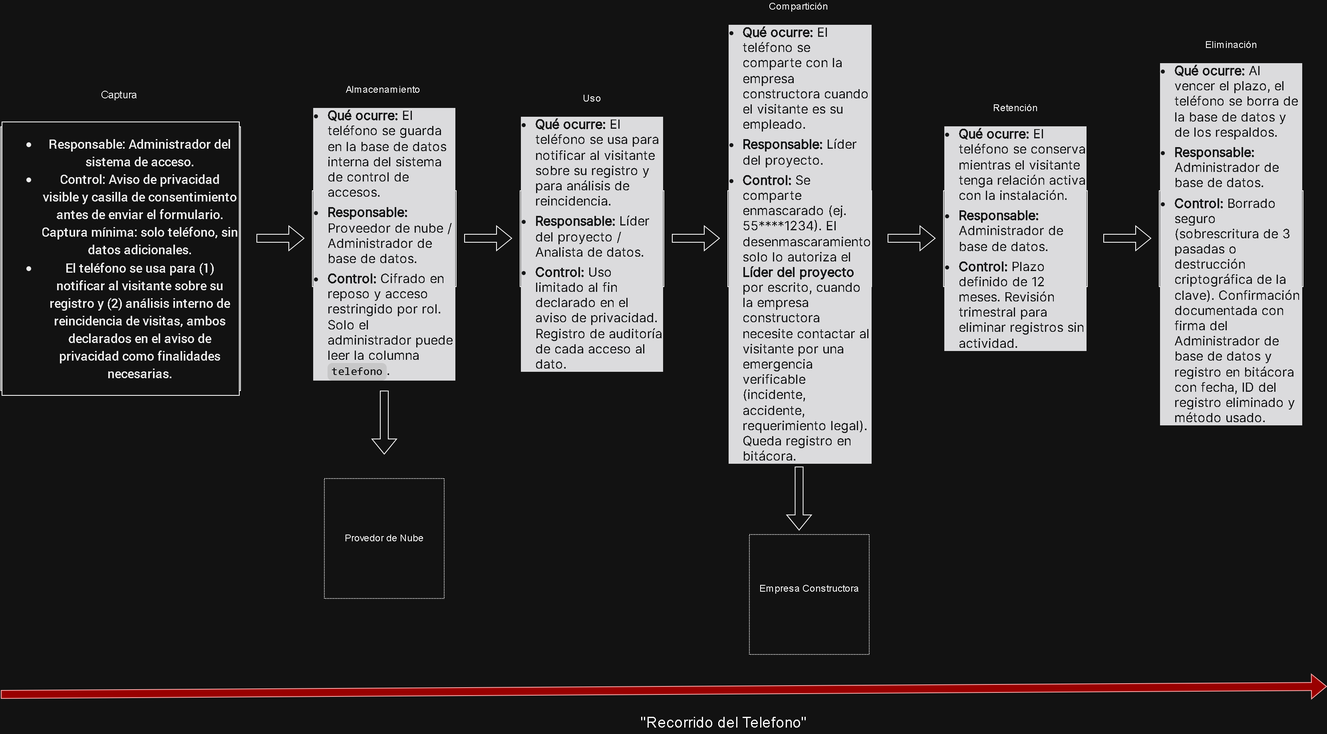
gu26ia0013-coder/IA-aplicada-2026 keeps this draw.io diagram as laboratorios/semana04/ciclo_vida_dato_proyecto.png. Above is the earlier version. Source tidied: cells renumbered, new cells last; positions are measured from the earlier drawing's top-left corner, leaving out a move shared by most shapes.
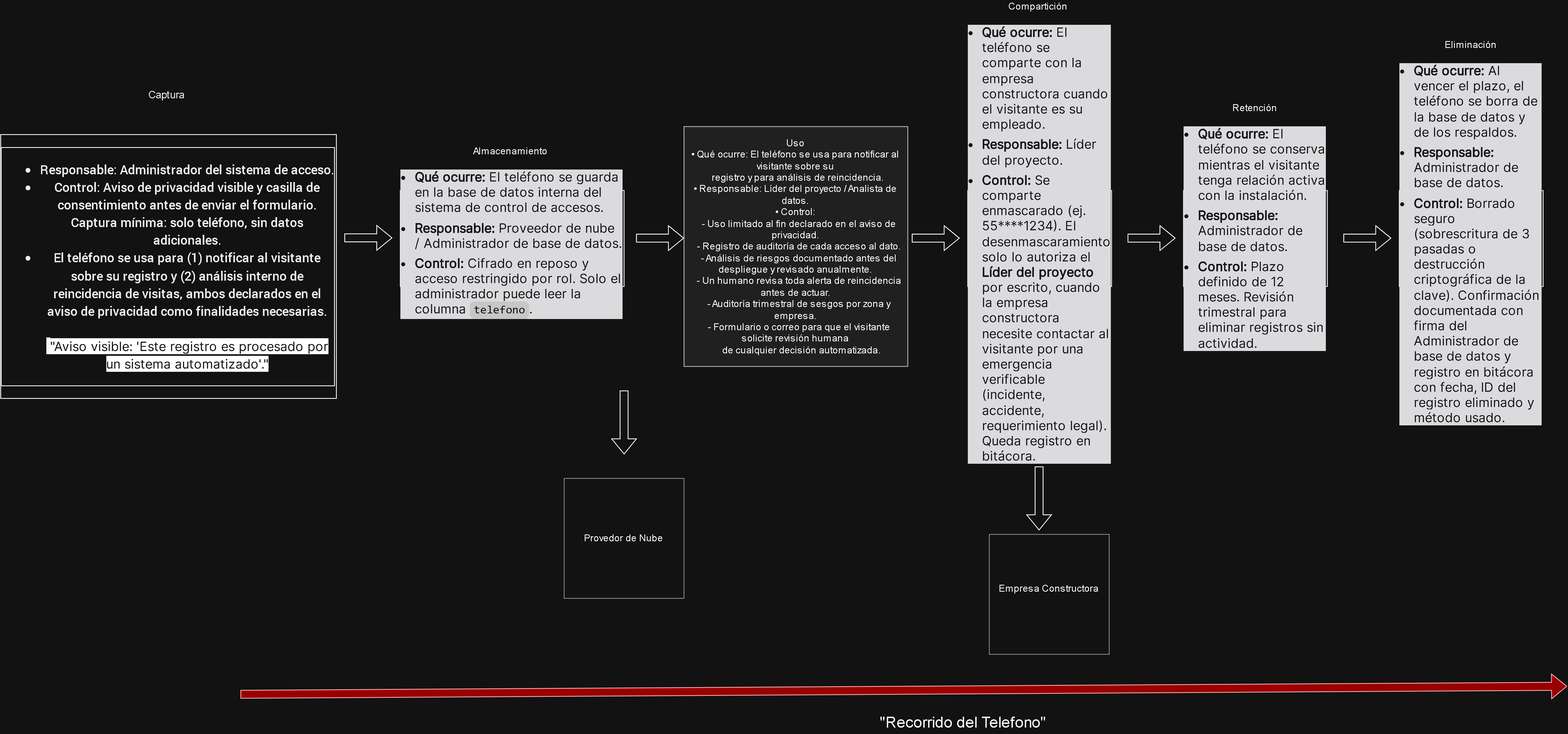
The same diagram one commit later.

What changed in the source:
```diff
@@ -4,21 +4,24 @@
     <mxCell id="1" parent="0" />
     <mxCell id="2" style="shape=flexArrow;endArrow=classic;html=1;rounded=0;" parent="1" edge="1">
       <mxGeometry relative="1" as="geometry">
-        <mxPoint x="320" y="199.5" as="sourcePoint" />
-        <mxPoint x="380" y="199.5" as="targetPoint" />
+        <mxPoint x="130" y="199.2" as="sourcePoint" />
+        <mxPoint x="190" y="199.2" as="targetPoint" />
+        <Array as="points">
+          <mxPoint x="130" y="200" />
+        </Array>
       </mxGeometry>
     </mxCell>
     <mxCell id="3" style="shape=flexArrow;endArrow=classic;html=1;rounded=0;" parent="1" edge="1">
       <mxGeometry relative="1" as="geometry">
-        <mxPoint x="580" y="199.5" as="sourcePoint" />
-        <mxPoint x="640" y="199.5" as="targetPoint" />
+        <mxPoint x="495" y="199.5" as="sourcePoint" />
+        <mxPoint x="555" y="199.5" as="targetPoint" />
       </mxGeometry>
     </mxCell>
     <mxCell id="4" value="Almacenamiento&amp;nbsp;&lt;ul style=&quot;margin: 16px 0px; padding-left: 18px; color: rgb(249, 250, 251); font-family: quote-cjk-patch, Inter, system-ui, -apple-system, BlinkMacSystemFont, &amp;quot;Segoe UI&amp;quot;, Roboto, Oxygen, Ubuntu, Cantarell, &amp;quot;Open Sans&amp;quot;, &amp;quot;Helvetica Neue&amp;quot;, sans-serif; font-size: 16px; text-align: start; background-color: rgb(21, 21, 23);&quot;&gt;&lt;li&gt;&lt;p class=&quot;ds-markdown-paragraph&quot; style=&quot;margin-top: 0px !important; margin-right: 0px; margin-bottom: 0px; margin-left: 0px;&quot;&gt;&lt;span style=&quot;font-weight: 600;&quot;&gt;Qué ocurre:&lt;/span&gt;&lt;span class=&quot;&quot;&gt; El teléfono se guarda en la base de datos interna del sistema de control de accesos.&lt;/span&gt;&lt;/p&gt;&lt;/li&gt;&lt;li style=&quot;margin-top: 6px;&quot;&gt;&lt;p class=&quot;ds-markdown-paragraph&quot; style=&quot;margin-top: 0px !important; margin-right: 0px; margin-bottom: 0px; margin-left: 0px;&quot;&gt;&lt;span style=&quot;font-weight: 600;&quot;&gt;Responsable:&lt;/span&gt;&lt;span class=&quot;&quot;&gt; Proveedor de nube / Administrador de base de datos.&lt;/span&gt;&lt;/p&gt;&lt;/li&gt;&lt;li style=&quot;margin-top: 6px;&quot;&gt;&lt;p class=&quot;ds-markdown-paragraph&quot; style=&quot;margin-top: 0px !important; margin-right: 0px; margin-bottom: 0px; margin-left: 0px;&quot;&gt;&lt;span style=&quot;font-weight: 600;&quot;&gt;Control:&lt;/span&gt;&lt;span class=&quot;&quot;&gt; Cifrado en reposo y acceso restringido por rol. Solo el administrador puede leer la columna &lt;/span&gt;&lt;code style=&quot;box-sizing: border-box; font-variant: normal; font-stretch: 100%; line-height: 22px; font-optical-sizing: auto; font-size-adjust: none; font-kerning: auto; font-feature-settings: normal; font-variation-settings: normal; font-language-override: normal; font-family: Menlo, Monaco, Consolas, &amp;quot;Cascadia Mono&amp;quot;, &amp;quot;Ubuntu Mono&amp;quot;, &amp;quot;DejaVu Sans Mono&amp;quot;, &amp;quot;Liberation Mono&amp;quot;, &amp;quot;JetBrains Mono&amp;quot;, &amp;quot;Fira Code&amp;quot;, Cousine, &amp;quot;Roboto Mono&amp;quot;, &amp;quot;Courier New&amp;quot;, Courier, sans-serif, system-ui; background-color: rgb(44, 44, 46); border-radius: 6px; align-items: center; padding: 0px 5px; display: inline-flex; font-size: 0.875em !important;&quot;&gt;telefono&lt;/code&gt;&lt;span class=&quot;&quot;&gt;.&lt;/span&gt;&lt;/p&gt;&lt;/li&gt;&lt;/ul&gt;" style="rounded=0;whiteSpace=wrap;html=1;" parent="1" vertex="1">
-      <mxGeometry x="390" y="140" width="180" height="120" as="geometry" />
+      <mxGeometry x="200" y="140" width="280" height="120" as="geometry" />
     </mxCell>
-    <mxCell id="5" value="Uso&lt;div&gt;&lt;ul style=&quot;margin: 16px 0px; padding-left: 18px; color: rgb(249, 250, 251); font-family: quote-cjk-patch, Inter, system-ui, -apple-system, BlinkMacSystemFont, &amp;quot;Segoe UI&amp;quot;, Roboto, Oxygen, Ubuntu, Cantarell, &amp;quot;Open Sans&amp;quot;, &amp;quot;Helvetica Neue&amp;quot;, sans-serif; font-size: 16px; text-align: start; background-color: rgb(21, 21, 23);&quot;&gt;&lt;li&gt;&lt;p class=&quot;ds-markdown-paragraph&quot; style=&quot;margin-top: 0px !important; margin-right: 0px; margin-bottom: 0px; margin-left: 0px;&quot;&gt;&lt;span style=&quot;font-weight: 600;&quot;&gt;Qué ocurre:&lt;/span&gt;&lt;span class=&quot;&quot;&gt; El teléfono se usa para notificar al visitante sobre su registro y para análisis de reincidencia.&lt;/span&gt;&lt;/p&gt;&lt;/li&gt;&lt;li style=&quot;margin-top: 6px;&quot;&gt;&lt;p class=&quot;ds-markdown-paragraph&quot; style=&quot;margin-top: 0px !important; margin-right: 0px; margin-bottom: 0px; margin-left: 0px;&quot;&gt;&lt;span style=&quot;font-weight: 600;&quot;&gt;Responsable:&lt;/span&gt;&lt;span class=&quot;&quot;&gt; Líder del proyecto / Analista de datos.&lt;/span&gt;&lt;/p&gt;&lt;/li&gt;&lt;li style=&quot;margin-top: 6px;&quot;&gt;&lt;p class=&quot;ds-markdown-paragraph&quot; style=&quot;margin-top: 0px !important; margin-right: 0px; margin-bottom: 0px; margin-left: 0px;&quot;&gt;&lt;span style=&quot;font-weight: 600;&quot;&gt;Control:&lt;/span&gt;&lt;span class=&quot;&quot;&gt; Uso limitado al fin declarado en el aviso de privacidad. Registro de auditoría de cada acceso al dato.&lt;/span&gt;&lt;/p&gt;&lt;/li&gt;&lt;/ul&gt;&lt;/div&gt;" style="rounded=0;whiteSpace=wrap;html=1;" parent="1" vertex="1">
-      <mxGeometry x="650" y="140" width="180" height="120" as="geometry" />
+    <mxCell id="5" value="&lt;div&gt;Uso&lt;/div&gt;&lt;div&gt;• Qué ocurre: El teléfono se usa para notificar al visitante sobre su&lt;/div&gt;&lt;div&gt;&amp;nbsp; registro y para análisis de reincidencia.&lt;/div&gt;&lt;div&gt;• Responsable: Líder del proyecto / Analista de datos.&lt;/div&gt;&lt;div&gt;• Control:&lt;/div&gt;&lt;div&gt;&amp;nbsp; &amp;nbsp;- Uso limitado al fin declarado en el aviso de privacidad.&lt;/div&gt;&lt;div&gt;&amp;nbsp; &amp;nbsp;- Registro de auditoría de cada acceso al dato.&lt;/div&gt;&lt;div&gt;&amp;nbsp; &amp;nbsp;- Análisis de riesgos documentado antes del despliegue y revisado anualmente.&lt;/div&gt;&lt;div&gt;&amp;nbsp; &amp;nbsp;- Un humano revisa toda alerta de reincidencia antes de actuar.&lt;/div&gt;&lt;div&gt;&amp;nbsp; &amp;nbsp;- Auditoría trimestral de sesgos por zona y empresa.&lt;/div&gt;&lt;div&gt;&amp;nbsp; &amp;nbsp;- Formulario o correo para que el visitante solicite revisión humana&lt;/div&gt;&lt;div&gt;&amp;nbsp; &amp;nbsp; &amp;nbsp;de cualquier decisión automatizada.&lt;/div&gt;" style="rounded=0;whiteSpace=wrap;html=1;fillColor=#eeeeee;strokeColor=#36393d;" parent="1" vertex="1">
+      <mxGeometry x="555" y="60" width="280" height="300" as="geometry" />
     </mxCell>
     <mxCell id="6" style="shape=flexArrow;endArrow=classic;html=1;rounded=0;edgeStyle=orthogonalEdgeStyle;" parent="1" edge="1">
       <mxGeometry relative="1" as="geometry">
@@ -74,11 +77,11 @@
     <mxCell id="17" value="Empresa Constructora&lt;div&gt;&lt;br&gt;&lt;/div&gt;" style="whiteSpace=wrap;html=1;dashed=1;dashPattern=1 1;" parent="1" vertex="1">
       <mxGeometry x="937" y="570" width="150" height="150" as="geometry" />
     </mxCell>
-    <mxCell id="18" value="&lt;span id=&quot;docs-internal-guid-9ba7cf96-7fff-1a4a-086a-bfd6575c080b&quot;&gt;&lt;ul style=&quot;margin-top:0;margin-bottom:0;padding-inline-start:48px;&quot;&gt;&lt;li dir=&quot;ltr&quot; style=&quot;list-style-type: disc; font-size: 12pt; font-family: Roboto, sans-serif; color: rgb(0, 0, 0); font-variant: normal; vertical-align: baseline; white-space: pre;&quot; aria-level=&quot;1&quot;&gt;&lt;p dir=&quot;ltr&quot; style=&quot;line-height:1.38;margin-top:12pt;margin-bottom:0pt;&quot; role=&quot;presentation&quot;&gt;&lt;span style=&quot;font-size: 12pt; font-variant: normal; vertical-align: baseline; white-space: pre-wrap;&quot;&gt;Responsable: Administrador del sistema de acceso.&lt;/span&gt;&lt;/p&gt;&lt;/li&gt;&lt;li dir=&quot;ltr&quot; style=&quot;list-style-type: disc; font-size: 12pt; font-family: Roboto, sans-serif; color: rgb(0, 0, 0); font-variant: normal; vertical-align: baseline; white-space: pre;&quot; aria-level=&quot;1&quot;&gt;&lt;p dir=&quot;ltr&quot; style=&quot;line-height:1.38;margin-top:0pt;margin-bottom:0pt;&quot; role=&quot;presentation&quot;&gt;&lt;span style=&quot;font-size: 12pt; font-variant: normal; vertical-align: baseline; white-space: pre-wrap;&quot;&gt;Control: Aviso de privacidad visible y casilla de consentimiento antes de enviar el formulario. Captura mínima: solo teléfono, sin datos adicionales.&lt;/span&gt;&lt;/p&gt;&lt;/li&gt;&lt;li dir=&quot;ltr&quot; style=&quot;list-style-type: disc; font-size: 12pt; font-family: Roboto, sans-serif; color: rgb(0, 0, 0); font-variant: normal; vertical-align: baseline; white-space: pre;&quot; aria-level=&quot;1&quot;&gt;&lt;p dir=&quot;ltr&quot; style=&quot;line-height:1.38;margin-top:0pt;margin-bottom:12pt;&quot; role=&quot;presentation&quot;&gt;&lt;span style=&quot;font-size: 12pt; font-variant: normal; vertical-align: baseline; white-space: pre-wrap;&quot;&gt;El teléfono se usa para (1) notificar al visitante sobre su registro y (2) análisis interno de reincidencia de visitas, ambos declarados en el aviso de privacidad como finalidades necesarias.&lt;/span&gt;&lt;/p&gt;&lt;/li&gt;&lt;/ul&gt;&lt;/span&gt;" style="rounded=0;whiteSpace=wrap;html=1;labelBackgroundColor=#FFFFFF;labelBorderColor=default;" parent="1" vertex="1">
-      <mxGeometry y="60" width="300" height="330" as="geometry" />
+    <mxCell id="18" value="&lt;span id=&quot;docs-internal-guid-9ba7cf96-7fff-1a4a-086a-bfd6575c080b&quot;&gt;&lt;ul style=&quot;margin-top:0;margin-bottom:0;padding-inline-start:48px;&quot;&gt;&lt;li dir=&quot;ltr&quot; style=&quot;list-style-type: disc; font-size: 12pt; font-family: Roboto, sans-serif; color: rgb(0, 0, 0); font-variant: normal; vertical-align: baseline; white-space: pre;&quot; aria-level=&quot;1&quot;&gt;&lt;p dir=&quot;ltr&quot; style=&quot;line-height:1.38;margin-top:12pt;margin-bottom:0pt;&quot; role=&quot;presentation&quot;&gt;&lt;span style=&quot;font-size: 12pt; font-variant: normal; vertical-align: baseline; white-space: pre-wrap;&quot;&gt;Responsable: Administrador del sistema de acceso.&lt;/span&gt;&lt;/p&gt;&lt;/li&gt;&lt;li dir=&quot;ltr&quot; style=&quot;list-style-type: disc; font-size: 12pt; font-family: Roboto, sans-serif; color: rgb(0, 0, 0); font-variant: normal; vertical-align: baseline; white-space: pre;&quot; aria-level=&quot;1&quot;&gt;&lt;p dir=&quot;ltr&quot; style=&quot;line-height:1.38;margin-top:0pt;margin-bottom:0pt;&quot; role=&quot;presentation&quot;&gt;&lt;span style=&quot;font-size: 12pt; font-variant: normal; vertical-align: baseline; white-space: pre-wrap;&quot;&gt;Control: Aviso de privacidad visible y casilla de consentimiento antes de enviar el formulario. Captura mínima: solo teléfono, sin datos adicionales.&lt;/span&gt;&lt;/p&gt;&lt;/li&gt;&lt;li dir=&quot;ltr&quot; style=&quot;list-style-type: disc; font-size: 12pt; font-family: Roboto, sans-serif; color: rgb(0, 0, 0); font-variant: normal; vertical-align: baseline; white-space: pre;&quot; aria-level=&quot;1&quot;&gt;&lt;p dir=&quot;ltr&quot; style=&quot;line-height:1.38;margin-top:0pt;margin-bottom:12pt;&quot; role=&quot;presentation&quot;&gt;&lt;span style=&quot;font-size: 12pt; font-variant: normal; vertical-align: baseline; white-space: pre-wrap;&quot;&gt;El teléfono se usa para (1) notificar al visitante sobre su registro y (2) análisis interno de reincidencia de visitas, ambos declarados en el aviso de privacidad como finalidades necesarias.&lt;br&gt;&lt;br&gt;&lt;span style=&quot;background-color: light-dark(rgb(255, 255, 255), rgb(255, 255, 255));&quot;&gt;(&lt;/span&gt;&lt;/span&gt;&lt;span style=&quot;color: rgb(249, 250, 251); font-family: quote-cjk-patch, Inter, system-ui, -apple-system, BlinkMacSystemFont, &amp;quot;Segoe UI&amp;quot;, Roboto, Oxygen, Ubuntu, Cantarell, &amp;quot;Open Sans&amp;quot;, &amp;quot;Helvetica Neue&amp;quot;, sans-serif; text-align: start; white-space: normal; font-size: 12pt; background-color: light-dark(rgb(255, 255, 255), rgb(255, 255, 255));&quot;&gt;&quot;Aviso visible: 'Este registro es procesado por un sistema automatizado'.&quot;&lt;/span&gt;&lt;/p&gt;&lt;/li&gt;&lt;/ul&gt;&lt;/span&gt;" style="rounded=0;whiteSpace=wrap;html=1;labelBackgroundColor=#FFFFFF;labelBorderColor=default;" parent="1" vertex="1">
+      <mxGeometry x="-300" y="70" width="420" height="330" as="geometry" />
     </mxCell>
     <mxCell id="19" value="Captura&amp;nbsp;" style="text;html=1;whiteSpace=wrap;strokeColor=none;fillColor=none;align=center;verticalAlign=middle;rounded=0;fontSize=13;" parent="1" vertex="1">
-      <mxGeometry x="100" width="100" height="40" as="geometry" />
+      <mxGeometry x="-140" width="100" height="40" as="geometry" />
     </mxCell>
   </root>
 </mxGraphModel>
```
